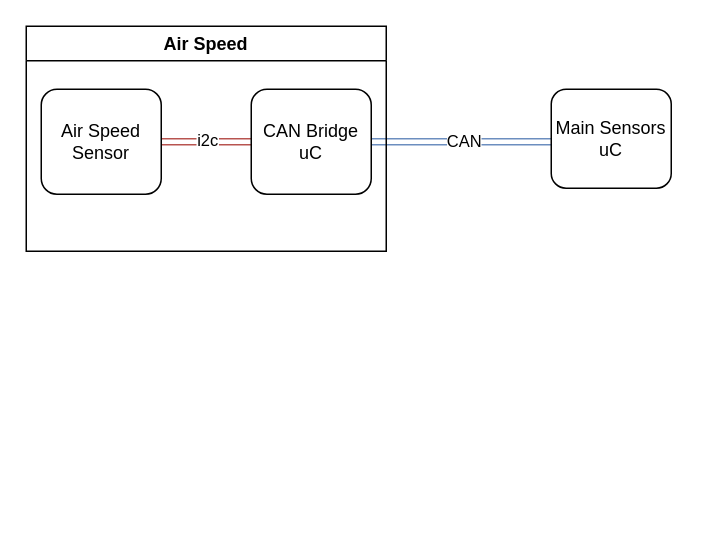
This is Airspeed Sensor Comms.drawio from ubcaerodesign/airspeed-can-transition, a draw.io file, before an edit. Source tidied: cells renumbered, new cells numbered last; positions are measured from the earlier drawing's top-left corner, leaving out a move shared by most shapes. Both pictures are drawn from the tidied source at 150%, with x=0, y=0 at pixel (26, 26).
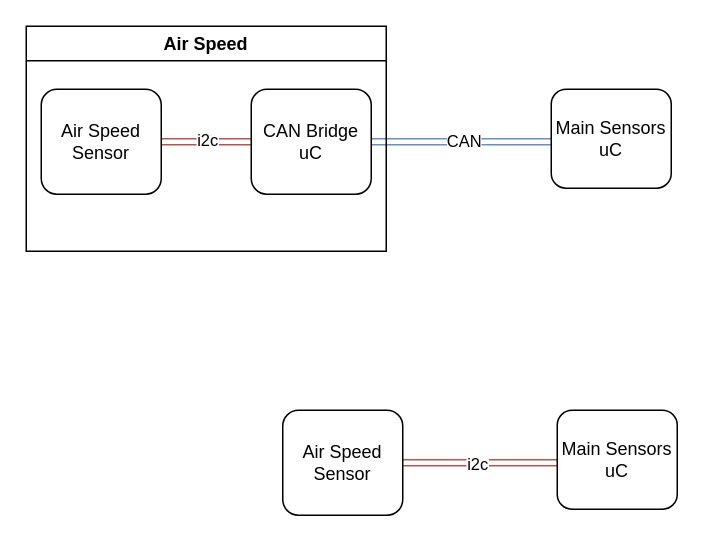
Above is the later version.

What changed in the source:
```diff
@@
 <mxGraphModel>
   <root>
     <mxCell id="0" />
     <mxCell id="1" parent="0" />
     <mxCell id="2" style="edgeStyle=orthogonalEdgeStyle;rounded=0;orthogonalLoop=1;jettySize=auto;html=1;shape=link;fillColor=#dae8fc;strokeColor=#6c8ebf;" parent="1" edge="1">
       <mxGeometry relative="1" as="geometry">
         <mxPoint x="228" y="77" as="sourcePoint" />
         <mxPoint x="350" y="77" as="targetPoint" />
       </mxGeometry>
     </mxCell>
     <mxCell id="3" value="CAN" style="edgeLabel;html=1;align=center;verticalAlign=middle;" parent="2" vertex="1">
       <mxGeometry x="0.04" y="1" relative="1" as="geometry" />
     </mxCell>
     <mxCell id="4" style="edgeStyle=orthogonalEdgeStyle;rounded=0;jettySize=auto;html=1;shape=link;fillColor=#f8cecc;strokeColor=#b85450;" parent="1" edge="1" source="6">
       <mxGeometry relative="1" as="geometry">
         <mxPoint x="150" y="77" as="targetPoint" />
       </mxGeometry>
     </mxCell>
     <mxCell id="5" value="i2c" style="edgeLabel;html=1;align=center;verticalAlign=middle;" parent="4" vertex="1">
       <mxGeometry x="-0.01" y="2" relative="1" as="geometry">
         <mxPoint x="-2" y="-2" as="offset" />
       </mxGeometry>
     </mxCell>
     <mxCell id="6" value="Air Speed Sensor" style="rounded=1;whiteSpace=wrap;html=1;" parent="1" vertex="1">
       <mxGeometry x="10" y="42" width="80" height="70" as="geometry" />
     </mxCell>
     <mxCell id="7" value="CAN Bridge uC" style="rounded=1;whiteSpace=wrap;html=1;" parent="1" vertex="1">
       <mxGeometry x="150" y="42" width="80" height="70" as="geometry" />
     </mxCell>
     <mxCell id="8" value="Main Sensors uC" style="rounded=1;whiteSpace=wrap;html=1;" parent="1" vertex="1">
       <mxGeometry x="350" y="42" width="80" height="66" as="geometry" />
     </mxCell>
     <mxCell id="9" value="Air Speed" style="swimlane;whiteSpace=wrap;html=1;" parent="1" vertex="1">
       <mxGeometry width="240" height="150" as="geometry" />
     </mxCell>
+    <mxCell id="10" style="edgeStyle=orthogonalEdgeStyle;rounded=0;orthogonalLoop=1;jettySize=auto;html=1;shape=link;fillColor=#f8cecc;strokeColor=#b85450;" parent="1" edge="1">
+      <mxGeometry relative="1" as="geometry">
+        <mxPoint x="249" y="291" as="sourcePoint" />
+        <mxPoint x="354" y="291" as="targetPoint" />
+      </mxGeometry>
+    </mxCell>
+    <mxCell id="11" value="i2c" style="edgeLabel;html=1;align=center;verticalAlign=middle;" parent="10" vertex="1">
+      <mxGeometry x="-0.01" y="2" relative="1" as="geometry">
+        <mxPoint x="-1" y="2" as="offset" />
+      </mxGeometry>
+    </mxCell>
+    <mxCell id="12" value="Air Speed Sensor" style="rounded=1;whiteSpace=wrap;html=1;" parent="1" vertex="1">
+      <mxGeometry x="171" y="256" width="80" height="70" as="geometry" />
+    </mxCell>
+    <mxCell id="13" value="Main Sensors uC" style="rounded=1;whiteSpace=wrap;html=1;" parent="1" vertex="1">
+      <mxGeometry x="354" y="256" width="80" height="66" as="geometry" />
+    </mxCell>
   </root>
 </mxGraphModel>
```
